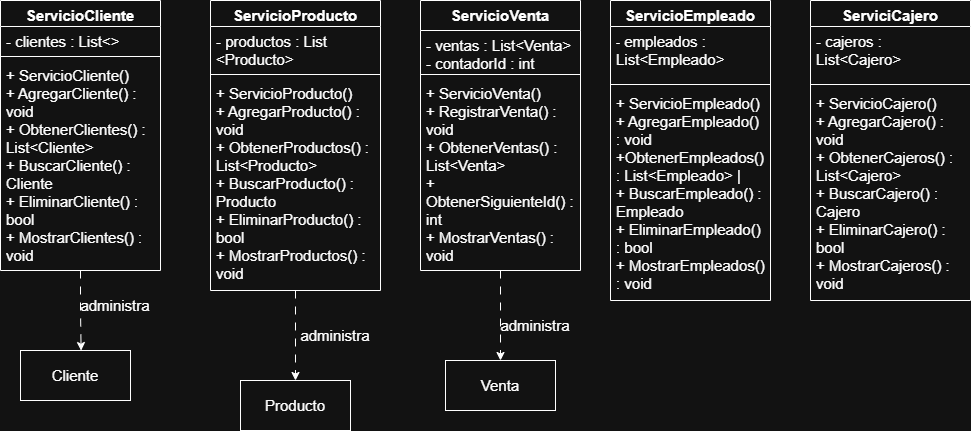
Earlier version of the draw.io export Diagramas/imagenes/servicios.png (andersonleon066-ai/MarketSoft). Source tidied: cells renumbered, new cells last; positions are measured from the earlier drawing's top-left corner, leaving out a move shared by most shapes.
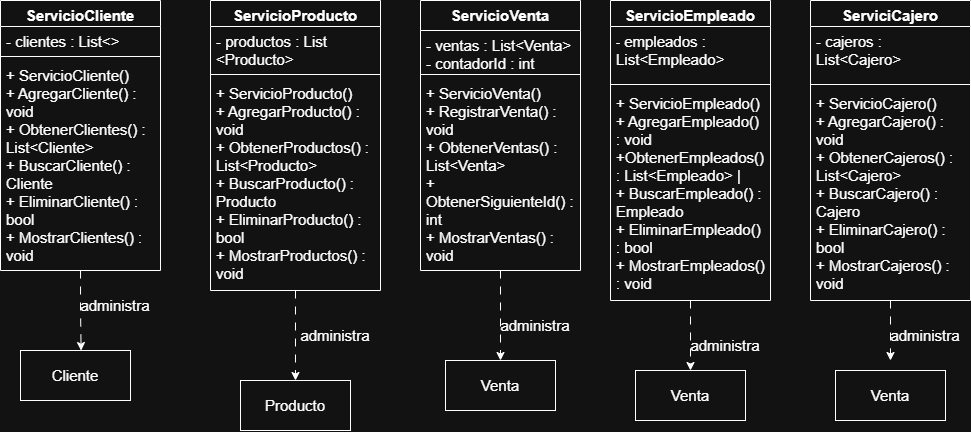
After the change.

What changed in the source:
```diff
@@ -65,6 +65,9 @@
     <mxCell id="22" value="&lt;font style=&quot;font-size: 15px;&quot;&gt;administra&lt;/font&gt;" style="text;html=1;whiteSpace=wrap;strokeColor=none;fillColor=none;align=center;verticalAlign=middle;rounded=0;" parent="1" vertex="1">
       <mxGeometry x="70" y="290" width="90" height="30" as="geometry" />
     </mxCell>
+    <mxCell id="31" style="edgeStyle=orthogonalEdgeStyle;rounded=0;jettySize=auto;html=1;entryX=0.5;entryY=0;entryDx=0;entryDy=0;dashed=1;dashPattern=8 8;" parent="1" edge="1" source="23" target="33">
+      <mxGeometry relative="1" as="geometry" />
+    </mxCell>
     <mxCell id="23" value="&lt;font style=&quot;font-size: 15px;&quot;&gt;ServicioEmpleado&lt;/font&gt;" style="swimlane;fontStyle=1;align=center;verticalAlign=top;horizontal=1;startSize=26;whiteSpace=wrap;html=1;" parent="1" vertex="1">
       <mxGeometry x="610" width="160" height="300" as="geometry" />
     </mxCell>
@@ -77,6 +80,11 @@
     <mxCell id="26" value="&lt;font style=&quot;font-size: 15px;&quot;&gt;+ ServicioEmpleado()&amp;nbsp;&lt;br&gt;+ AgregarEmpleado() : void&amp;nbsp;&lt;br&gt;+ObtenerEmpleados() :&amp;nbsp;List&amp;lt;Empleado&amp;gt;            |&lt;br&gt;+ BuscarEmpleado() :&amp;nbsp;&lt;br&gt;Empleado&amp;nbsp;&lt;br&gt;+ EliminarEmpleado() : bool&amp;nbsp;&lt;br&gt;+ MostrarEmpleados() : void&lt;/font&gt;" style="text;strokeColor=none;fillColor=none;align=left;verticalAlign=top;spacingLeft=4;spacingRight=4;overflow=hidden;whiteSpace=wrap;html=1;" parent="23" vertex="1">
       <mxGeometry y="88" width="160" height="212" as="geometry" />
     </mxCell>
+    <mxCell id="32" style="edgeStyle=orthogonalEdgeStyle;rounded=0;jettySize=auto;html=1;dashed=1;dashPattern=8 8;" parent="1" edge="1" source="27">
+      <mxGeometry relative="1" as="geometry">
+        <mxPoint x="890" y="360" as="targetPoint" />
+      </mxGeometry>
+    </mxCell>
     <mxCell id="27" value="&lt;font style=&quot;font-size: 15px;&quot;&gt;ServiciCajero&lt;/font&gt;" style="swimlane;fontStyle=1;align=center;verticalAlign=top;horizontal=1;startSize=26;whiteSpace=wrap;html=1;" parent="1" vertex="1">
       <mxGeometry x="810" width="160" height="300" as="geometry" />
     </mxCell>
@@ -89,5 +97,17 @@
     <mxCell id="30" value="&lt;font style=&quot;font-size: 15px;&quot;&gt;+ ServicioCajero()&amp;nbsp;&lt;br&gt;+ AgregarCajero() : void&amp;nbsp;&lt;br&gt;+ ObtenerCajeros() :&amp;nbsp;&lt;br&gt;List&amp;lt;Cajero&amp;gt;&amp;nbsp;&lt;br&gt;+ BuscarCajero() : Cajero&amp;nbsp;&lt;br&gt;+ EliminarCajero() : bool&amp;nbsp;&lt;br&gt;+ MostrarCajeros() : void&amp;nbsp;&lt;/font&gt;" style="text;strokeColor=none;fillColor=none;align=left;verticalAlign=top;spacingLeft=4;spacingRight=4;overflow=hidden;whiteSpace=wrap;html=1;" parent="27" vertex="1">
       <mxGeometry y="88" width="160" height="212" as="geometry" />
     </mxCell>
+    <mxCell id="33" value="&lt;font style=&quot;font-size: 15px;&quot;&gt;Venta&lt;/font&gt;" style="html=1;whiteSpace=wrap;" parent="1" vertex="1">
+      <mxGeometry x="635" y="370" width="110" height="50" as="geometry" />
+    </mxCell>
+    <mxCell id="34" value="&lt;font style=&quot;font-size: 15px;&quot;&gt;Venta&lt;/font&gt;" style="html=1;whiteSpace=wrap;" parent="1" vertex="1">
+      <mxGeometry x="835" y="370" width="110" height="50" as="geometry" />
+    </mxCell>
+    <mxCell id="35" value="&lt;font style=&quot;font-size: 15px;&quot;&gt;administra&lt;/font&gt;" style="text;html=1;whiteSpace=wrap;strokeColor=none;fillColor=none;align=center;verticalAlign=middle;rounded=0;" parent="1" vertex="1">
+      <mxGeometry x="680" y="330" width="90" height="30" as="geometry" />
+    </mxCell>
+    <mxCell id="36" value="&lt;font style=&quot;font-size: 15px;&quot;&gt;administra&lt;/font&gt;" style="text;html=1;whiteSpace=wrap;strokeColor=none;fillColor=none;align=center;verticalAlign=middle;rounded=0;" parent="1" vertex="1">
+      <mxGeometry x="880" y="320" width="90" height="30" as="geometry" />
+    </mxCell>
   </root>
 </mxGraphModel>
```
